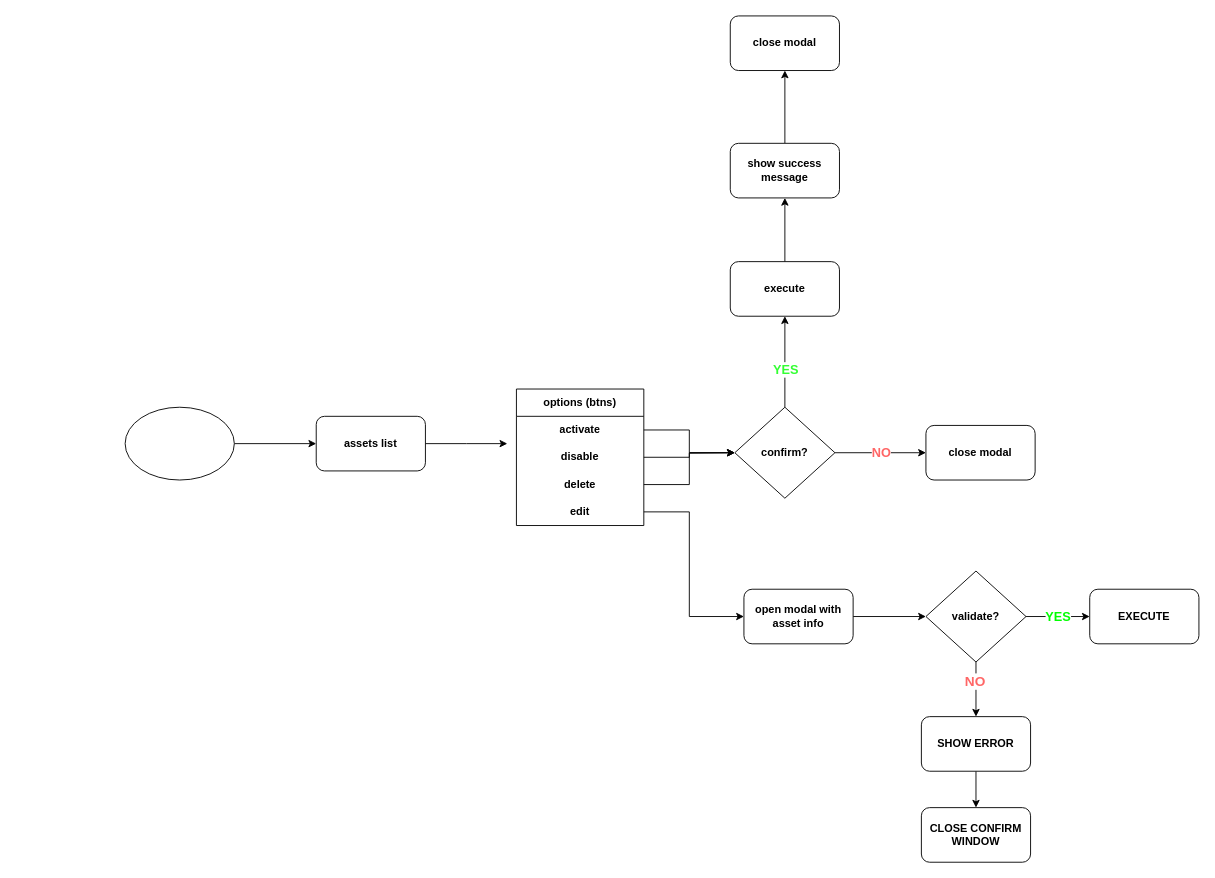
This is diagrams/listar-editar-ativos.drawio from matheus98g/controle-de-ativos-senac, a draw.io file, before an edit. Source tidied: cells renumbered, new cells numbered last; positions are measured from the earlier drawing's top-left corner, leaving out a move shared by most shapes. Both pictures are drawn from the tidied source at 91%, with x=0, y=0 at pixel (125, 15).
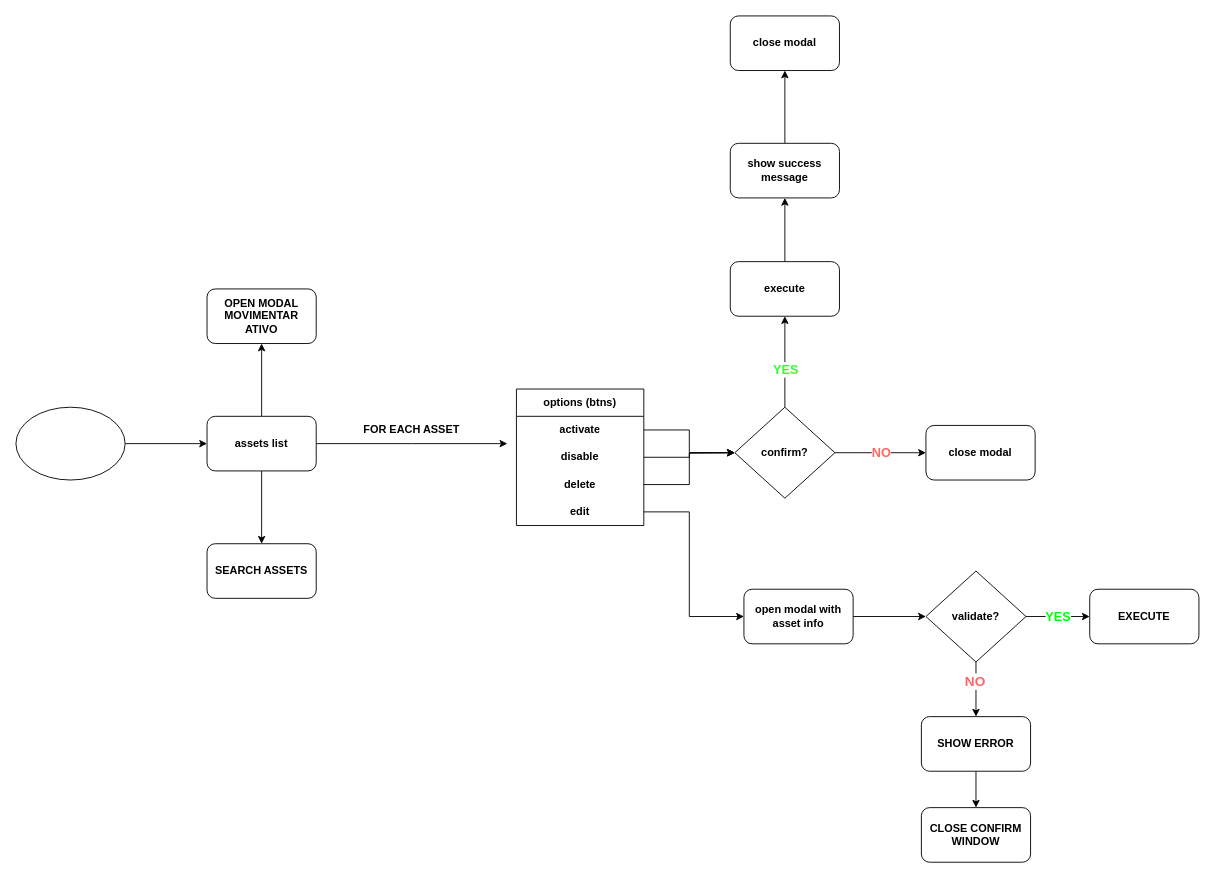
The same diagram, later.

Commit message (it also covers changes not shown here):
asset-history created

Change to the diagram source:
```diff
@@
     <mxCell id="3" style="ellipse;whiteSpace=wrap;html=1;" parent="1" vertex="1">
-      <mxGeometry y="430" width="120" height="80" as="geometry" />
+      <mxGeometry x="-120" y="430" width="120" height="80" as="geometry" />
     </mxCell>
@@
+    <mxCell id="37" style="edgeStyle=orthogonalEdgeStyle;rounded=0;jettySize=auto;html=1;" parent="1" edge="1" source="5" target="40">
+      <mxGeometry relative="1" as="geometry" />
+    </mxCell>
+    <mxCell id="38" style="edgeStyle=orthogonalEdgeStyle;rounded=0;jettySize=auto;html=1;" parent="1" edge="1" source="5" target="41">
+      <mxGeometry relative="1" as="geometry" />
+    </mxCell>
     <mxCell id="5" value="assets list" style="rounded=1;whiteSpace=wrap;html=1;fontStyle=1;" parent="1" vertex="1">
-      <mxGeometry x="210" y="440" width="120" height="60" as="geometry" />
+      <mxGeometry x="90" y="440" width="120" height="60" as="geometry" />
     </mxCell>
@@
+    <mxCell id="39" value="FOR EACH ASSET" style="text;html=1;align=center;verticalAlign=middle;whiteSpace=wrap;rounded=0;fontStyle=1;" parent="1" vertex="1">
+      <mxGeometry x="260" y="440" width="110" height="30" as="geometry" />
+    </mxCell>
+    <mxCell id="40" value="OPEN MODAL&lt;br&gt;MOVIMENTAR ATIVO" style="rounded=1;whiteSpace=wrap;html=1;fontStyle=1;" parent="1" vertex="1">
+      <mxGeometry x="90" y="300" width="120" height="60" as="geometry" />
+    </mxCell>
+    <mxCell id="41" value="SEARCH ASSETS" style="rounded=1;whiteSpace=wrap;html=1;fontStyle=1;" parent="1" vertex="1">
+      <mxGeometry x="90" y="580" width="120" height="60" as="geometry" />
+    </mxCell>
```
